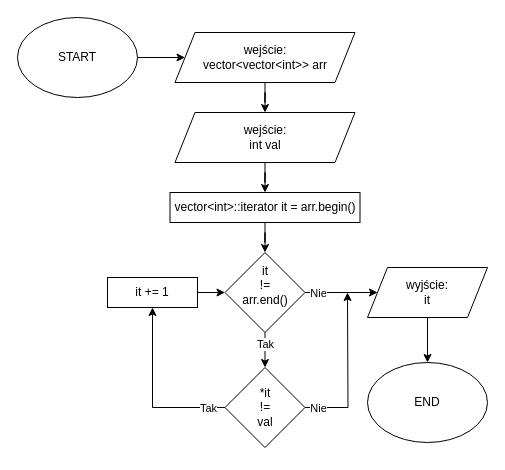
This is flowcharts/drawio/ad schemat 1 - wyszukiwanie_liniowe.drawio from ReijiY/AiSD-Pro1, a draw.io file, before an edit. Source tidied: cells renumbered, new cells numbered last; positions are measured from the earlier drawing's top-left corner, leaving out a move shared by most shapes. Both pictures are drawn from the tidied source at 100%, with x=0, y=0 at pixel (17, 17).
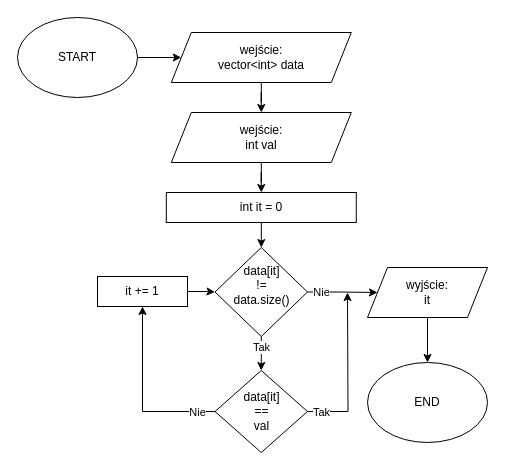
Above is the later version.

Unchanged cells that the change refers to:
```xml
<mxCell id="18" style="edgeStyle=orthogonalEdgeStyle;rounded=0;jettySize=auto;html=1;" parent="1" edge="1" source="22">
  <mxGeometry relative="1" as="geometry">
    <mxPoint x="330" y="275" as="targetPoint" />
  </mxGeometry>
</mxCell>
<mxCell id="20" style="edgeStyle=orthogonalEdgeStyle;rounded=0;jettySize=auto;html=1;entryX=0.5;entryY=1;entryDx=0;entryDy=0;" parent="1" edge="1" source="22" target="24">
  <mxGeometry relative="1" as="geometry" />
</mxCell>
```

Diff of the diagram source:
```diff
@@
-    <mxCell id="6" value="wejście:&lt;br&gt;vector&amp;lt;vector&amp;lt;int&amp;gt;&amp;gt; arr" style="shape=parallelogram;perimeter=parallelogramPerimeter;whiteSpace=wrap;html=1;fixedSize=1;" parent="1" vertex="1">
-      <mxGeometry x="157.5" y="15" width="180" height="50" as="geometry" />
+    <mxCell id="6" value="wejście:&lt;br&gt;vector&amp;lt;int&amp;gt; data" style="shape=parallelogram;perimeter=parallelogramPerimeter;whiteSpace=wrap;html=1;fixedSize=1;" parent="1" vertex="1">
+      <mxGeometry x="153.8" y="15" width="180" height="50" as="geometry" />
     </mxCell>
@@
     <mxCell id="10" value="wejście:&lt;br&gt;int val" style="shape=parallelogram;perimeter=parallelogramPerimeter;whiteSpace=wrap;html=1;fixedSize=1;" parent="1" vertex="1">
-      <mxGeometry x="157.5" y="95" width="180" height="50" as="geometry" />
+      <mxGeometry x="153.8" y="95" width="180" height="50" as="geometry" />
     </mxCell>
@@
-    <mxCell id="12" value="vector&amp;lt;int&amp;gt;::iterator it = arr.begin()" style="whiteSpace=wrap;html=1;" parent="1" vertex="1">
-      <mxGeometry x="152.5" y="175" width="190" height="30" as="geometry" />
+    <mxCell id="12" value="int it = 0" style="whiteSpace=wrap;html=1;" parent="1" vertex="1">
+      <mxGeometry x="148.8" y="175" width="190" height="30" as="geometry" />
     </mxCell>
@@
-    <mxCell id="15" style="edgeStyle=orthogonalEdgeStyle;rounded=0;jettySize=auto;html=1;exitX=0.5;exitY=1;exitDx=0;exitDy=0;" parent="1" edge="1" source="17" target="22">
-      <mxGeometry relative="1" as="geometry">
-        <Array as="points">
-          <mxPoint x="247" y="345" />
-          <mxPoint x="247" y="345" />
-        </Array>
-      </mxGeometry>
+    <mxCell id="15" style="edgeStyle=orthogonalEdgeStyle;rounded=0;jettySize=auto;html=1;entryX=0.5;entryY=0;entryDx=0;entryDy=0;" parent="1" edge="1" source="17" target="22">
+      <mxGeometry relative="1" as="geometry" />
     </mxCell>
     <mxCell id="16" value="Tak" style="edgeLabel;html=1;align=center;verticalAlign=middle;" parent="15" vertex="1">
-      <mxGeometry x="-0.39" y="2" relative="1" as="geometry">
-        <mxPoint x="-2" as="offset" />
+      <mxGeometry x="-0.73" y="-1" relative="1" as="geometry">
+        <mxPoint x="1" y="6" as="offset" />
       </mxGeometry>
     </mxCell>
-    <mxCell id="17" value="it&lt;br&gt;!=&lt;br&gt;arr.end()&lt;br&gt;&amp;nbsp;&amp;nbsp;" style="rhombus;whiteSpace=wrap;html=1;" parent="1" vertex="1">
-      <mxGeometry x="207.5" y="235" width="80" height="80" as="geometry" />
+    <mxCell id="17" value="data[it]&lt;br&gt;!=&lt;br&gt;data.size()&lt;br&gt;&amp;nbsp;" style="rhombus;whiteSpace=wrap;html=1;" parent="1" vertex="1">
+      <mxGeometry x="197.5" y="230" width="92.5" height="89" as="geometry" />
     </mxCell>
@@
-    <mxCell id="19" value="Nie" style="edgeLabel;html=1;align=center;verticalAlign=middle;" parent="18" vertex="1">
+    <mxCell id="19" value="Tak" style="edgeLabel;html=1;align=center;verticalAlign=middle;" parent="18" vertex="1">
       <mxGeometry x="-0.89" y="2" relative="1" as="geometry">
         <mxPoint x="4" y="2" as="offset" />
       </mxGeometry>
     </mxCell>
@@
-    <mxCell id="21" value="Tak" style="edgeLabel;html=1;align=center;verticalAlign=middle;" parent="20" vertex="1">
+    <mxCell id="21" value="Nie" style="edgeLabel;html=1;align=center;verticalAlign=middle;" parent="20" vertex="1">
       <mxGeometry x="-0.88" y="1" relative="1" as="geometry">
         <mxPoint x="-7" y="-1" as="offset" />
       </mxGeometry>
     </mxCell>
-    <mxCell id="22" value="*it&lt;br&gt;!=&lt;br&gt;val" style="rhombus;whiteSpace=wrap;html=1;" parent="1" vertex="1">
-      <mxGeometry x="207.5" y="350" width="80" height="80" as="geometry" />
+    <mxCell id="22" value="data[it]&lt;br&gt;==&lt;br&gt;val" style="rhombus;whiteSpace=wrap;html=1;" parent="1" vertex="1">
+      <mxGeometry x="197.5" y="353" width="92.5" height="82" as="geometry" />
     </mxCell>
@@
     <mxCell id="24" value="it += 1" style="rounded=0;whiteSpace=wrap;html=1;" parent="1" vertex="1">
-      <mxGeometry x="90" y="260" width="90" height="30" as="geometry" />
+      <mxGeometry x="80" y="259" width="90" height="30" as="geometry" />
     </mxCell>
```
